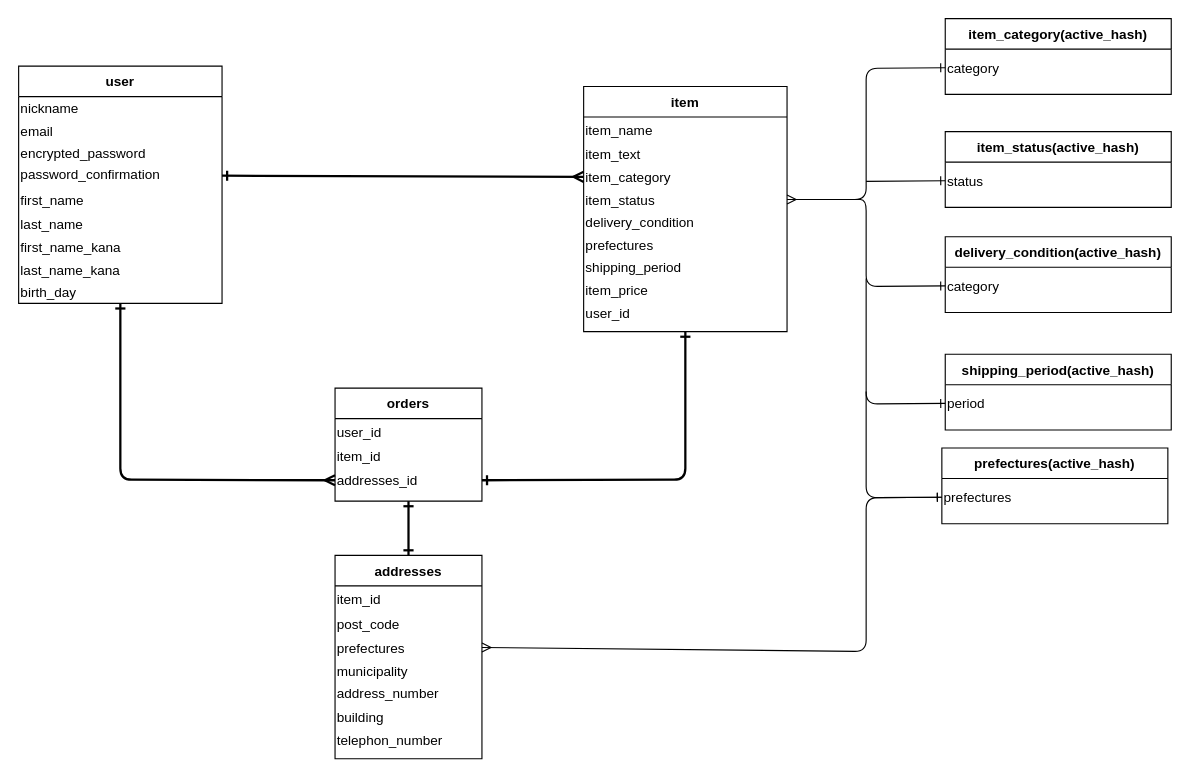
narukami-nk/furima-10793 keeps this draw.io diagram as ER.dio. Above is the earlier version. Source tidied: cells renumbered, new cells numbered last; positions are measured from the earlier drawing's top-left corner, leaving out a move shared by most shapes. Both pictures are drawn from the tidied source at 113%, with x=0, y=0 at pixel (18, 18).
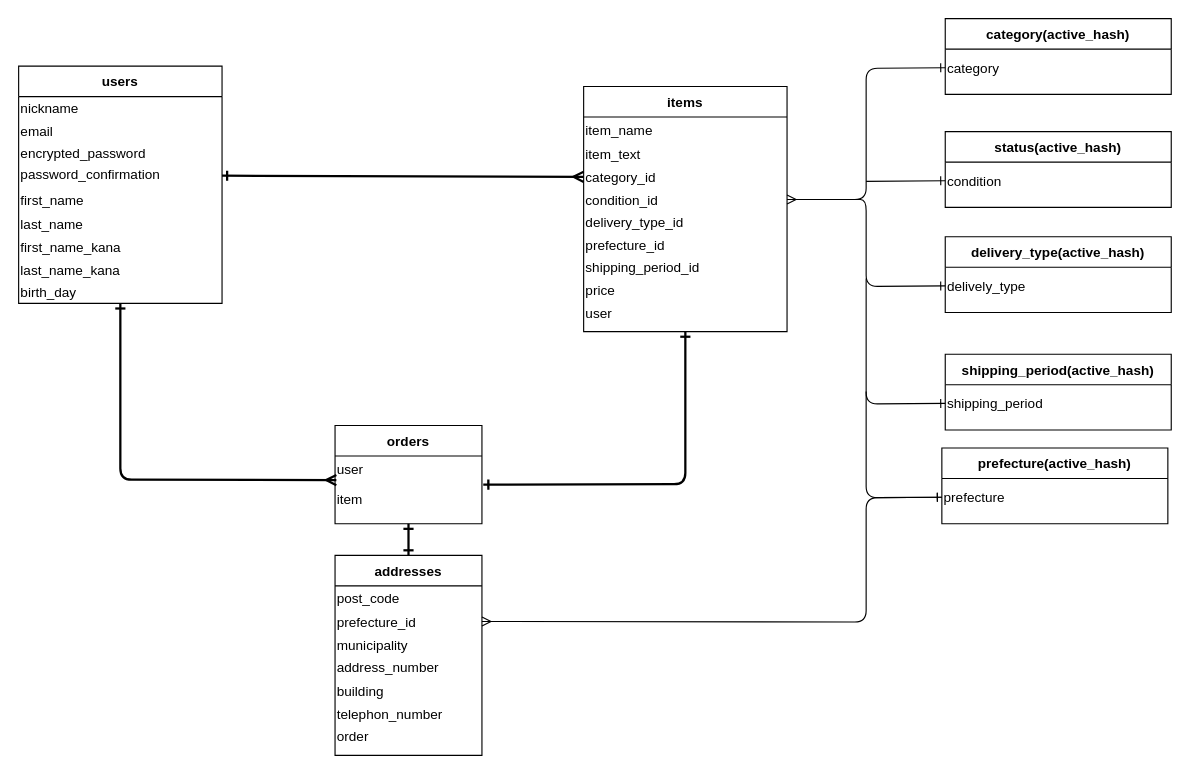
Above is the later version.

Unchanged cells that the change refers to:
```xml
<mxCell id="28" style="shape=partialRectangle;fillColor=none;top=0;left=0;bottom=0;right=0;points=[[0,0.5],[1,0.5]];portConstraint=eastwest;" parent="23" vertex="1">
  <mxGeometry y="70" width="180" height="20" as="geometry" />
</mxCell>
<mxCell id="30" style="shape=partialRectangle;fillColor=none;top=0;left=0;bottom=0;right=0;points=[[0,0.5],[1,0.5]];portConstraint=eastwest;" parent="23" vertex="1">
  <mxGeometry y="90" width="180" height="20" as="geometry" />
</mxCell>
<mxCell id="32" style="shape=partialRectangle;fillColor=none;top=0;left=0;bottom=0;right=0;" parent="23" vertex="1">
  <mxGeometry y="110" width="180" height="20" as="geometry" />
</mxCell>
<mxCell id="34" style="shape=partialRectangle;fillColor=none;top=0;left=0;bottom=0;right=0;" parent="23" vertex="1">
  <mxGeometry y="130" width="180" height="20" as="geometry" />
</mxCell>
<mxCell id="36" style="shape=partialRectangle;fillColor=none;top=0;left=0;bottom=0;right=0;" parent="23" vertex="1">
  <mxGeometry y="150" width="180" height="20" as="geometry" />
</mxCell>
<mxCell id="38" style="shape=partialRectangle;fillColor=none;top=0;left=0;bottom=0;right=0;" parent="23" vertex="1">
  <mxGeometry y="170" width="180" height="20" as="geometry" />
</mxCell>
<mxCell id="40" style="shape=partialRectangle;fillColor=none;top=0;left=0;bottom=0;right=0;" parent="23" vertex="1">
  <mxGeometry y="190" width="180" height="20" as="geometry" />
</mxCell>
<mxCell id="44" style="shape=partialRectangle;fillColor=none;top=0;left=0;bottom=0;right=0;points=[[0,0.5],[1,0.5]];portConstraint=eastwest;" parent="43" vertex="1">
  <mxGeometry y="27" width="130" height="23" as="geometry" />
</mxCell>
<mxCell id="70" style="shape=partialRectangle;fillColor=none;top=0;left=0;bottom=0;right=0;points=[[0,0.5],[1,0.5]];portConstraint=eastwest;" parent="69" vertex="1">
  <mxGeometry y="27" width="200" height="33" as="geometry" />
</mxCell>
<mxCell id="73" style="shape=partialRectangle;fillColor=none;top=0;left=0;bottom=0;right=0;points=[[0,0.5],[1,0.5]];portConstraint=eastwest;" parent="72" vertex="1">
  <mxGeometry y="27" width="200" height="33" as="geometry" />
</mxCell>
<mxCell id="76" style="shape=partialRectangle;fillColor=none;top=0;left=0;bottom=0;right=0;points=[[0,0.5],[1,0.5]];portConstraint=eastwest;" parent="75" vertex="1">
  <mxGeometry y="27" width="200" height="33" as="geometry" />
</mxCell>
<mxCell id="79" style="shape=partialRectangle;fillColor=none;top=0;left=0;bottom=0;right=0;points=[[0,0.5],[1,0.5]];portConstraint=eastwest;" parent="78" vertex="1">
  <mxGeometry y="27" width="200" height="33" as="geometry" />
</mxCell>
```

Diff of the diagram source:
```diff
@@
-    <mxCell id="2" style="edgeStyle=none;html=1;exitX=0.5;exitY=1;exitDx=0;exitDy=0;startArrow=ERone;startFill=0;endArrow=ERmany;endFill=0;strokeWidth=2;entryX=0;entryY=0.5;entryDx=0;entryDy=0;" parent="1" edge="1" source="3" target="48">
+    <mxCell id="2" style="edgeStyle=none;html=1;exitX=0.5;exitY=1;exitDx=0;exitDy=0;startArrow=ERone;startFill=0;endArrow=ERmany;endFill=0;strokeWidth=2;entryX=0.009;entryY=0.931;entryDx=0;entryDy=0;entryPerimeter=0;" parent="1" edge="1" source="3" target="44">
       <mxGeometry relative="1" as="geometry">
         <Array as="points">
           <mxPoint x="90" y="408" />
         </Array>
       </mxGeometry>
     </mxCell>
-    <mxCell id="3" value="user" style="shape=table;startSize=27;childLayout=tableLayout;rowLines=0;fontStyle=1;align=center;rounded=0;" parent="1" vertex="1">
+    <mxCell id="3" value="users" style="shape=table;startSize=27;childLayout=tableLayout;rowLines=0;fontStyle=1;align=center;rounded=0;" parent="1" vertex="1">
       <mxGeometry y="42" width="180" height="210" as="geometry" />
     </mxCell>
@@
-    <mxCell id="22" style="edgeStyle=none;html=1;exitX=0.5;exitY=1;exitDx=0;exitDy=0;fontSize=8;startArrow=ERone;startFill=0;endArrow=ERone;endFill=0;strokeWidth=2;entryX=1;entryY=0.5;entryDx=0;entryDy=0;" parent="1" edge="1" source="23" target="48">
+    <mxCell id="22" style="edgeStyle=none;html=1;exitX=0.5;exitY=1;exitDx=0;exitDy=0;fontSize=8;startArrow=ERone;startFill=0;endArrow=ERone;endFill=0;strokeWidth=2;entryX=1.009;entryY=0.081;entryDx=0;entryDy=0;entryPerimeter=0;" parent="1" edge="1" source="23" target="46">
       <mxGeometry relative="1" as="geometry">
         <Array as="points">
-          <mxPoint x="590" y="408" />
+          <mxPoint x="590" y="412" />
         </Array>
       </mxGeometry>
     </mxCell>
-    <mxCell id="23" value="item" style="shape=table;startSize=27;childLayout=tableLayout;rowLines=0;fontStyle=1;align=center;rounded=0;" parent="1" vertex="1">
+    <mxCell id="23" value="items" style="shape=table;startSize=27;childLayout=tableLayout;rowLines=0;fontStyle=1;align=center;rounded=0;" parent="1" vertex="1">
       <mxGeometry x="500" y="60" width="180" height="217" as="geometry" />
     </mxCell>
@@
-    <mxCell id="29" value="item_category" style="shape=partialRectangle;fillColor=none;top=0;left=0;bottom=0;right=0;overflow=hidden;align=left;" parent="28" vertex="1">
+    <mxCell id="29" value="category_id" style="shape=partialRectangle;fillColor=none;top=0;left=0;bottom=0;right=0;overflow=hidden;align=left;" parent="28" vertex="1">
       <mxGeometry width="180" height="20" as="geometry" />
     </mxCell>
@@
-    <mxCell id="31" value="item_status" style="shape=partialRectangle;fillColor=none;top=0;left=0;bottom=0;right=0;overflow=hidden;align=left;" parent="30" vertex="1">
+    <mxCell id="31" value="condition_id" style="shape=partialRectangle;fillColor=none;top=0;left=0;bottom=0;right=0;overflow=hidden;align=left;" parent="30" vertex="1">
       <mxGeometry width="180" height="20" as="geometry" />
     </mxCell>
@@
-    <mxCell id="33" value="delivery_condition" style="shape=partialRectangle;fillColor=none;top=0;left=0;bottom=0;right=0;overflow=hidden;align=left;" parent="32" vertex="1">
+    <mxCell id="33" value="delivery_type_id" style="shape=partialRectangle;fillColor=none;top=0;left=0;bottom=0;right=0;overflow=hidden;align=left;" parent="32" vertex="1">
       <mxGeometry width="180" height="20" as="geometry" />
     </mxCell>
@@
-    <mxCell id="35" value="prefectures" style="shape=partialRectangle;fillColor=none;top=0;left=0;bottom=0;right=0;overflow=hidden;align=left;" parent="34" vertex="1">
+    <mxCell id="35" value="prefecture_id" style="shape=partialRectangle;fillColor=none;top=0;left=0;bottom=0;right=0;overflow=hidden;align=left;" parent="34" vertex="1">
       <mxGeometry width="180" height="20" as="geometry" />
     </mxCell>
@@
-    <mxCell id="37" value="shipping_period" style="shape=partialRectangle;fillColor=none;top=0;left=0;bottom=0;right=0;overflow=hidden;align=left;" parent="36" vertex="1">
+    <mxCell id="37" value="shipping_period_id" style="shape=partialRectangle;fillColor=none;top=0;left=0;bottom=0;right=0;overflow=hidden;align=left;" parent="36" vertex="1">
       <mxGeometry width="180" height="20" as="geometry" />
     </mxCell>
@@
-    <mxCell id="39" value="item_price" style="shape=partialRectangle;fillColor=none;top=0;left=0;bottom=0;right=0;overflow=hidden;align=left;" parent="38" vertex="1">
+    <mxCell id="39" value="price" style="shape=partialRectangle;fillColor=none;top=0;left=0;bottom=0;right=0;overflow=hidden;align=left;" parent="38" vertex="1">
       <mxGeometry width="180" height="20" as="geometry" />
     </mxCell>
@@
-    <mxCell id="41" value="user_id" style="shape=partialRectangle;fillColor=none;top=0;left=0;bottom=0;right=0;overflow=hidden;align=left;" parent="40" vertex="1">
+    <mxCell id="41" value="user" style="shape=partialRectangle;fillColor=none;top=0;left=0;bottom=0;right=0;overflow=hidden;align=left;" parent="40" vertex="1">
       <mxGeometry width="180" height="20" as="geometry" />
     </mxCell>
@@
     <mxCell id="43" value="orders" style="shape=table;startSize=27;childLayout=tableLayout;rowLines=0;fontStyle=1;align=center;rounded=0;" parent="1" vertex="1">
-      <mxGeometry x="280" y="327" width="130" height="100" as="geometry" />
+      <mxGeometry x="280" y="360" width="130" height="87" as="geometry" />
     </mxCell>
@@
-    <mxCell id="45" value="user_id" style="shape=partialRectangle;fillColor=none;top=0;left=0;bottom=0;right=0;overflow=hidden;align=left;" parent="44" vertex="1">
+    <mxCell id="45" value="user" style="shape=partialRectangle;fillColor=none;top=0;left=0;bottom=0;right=0;overflow=hidden;align=left;" parent="44" vertex="1">
       <mxGeometry width="130" height="23" as="geometry" />
     </mxCell>
     <mxCell id="46" style="shape=partialRectangle;fillColor=none;top=0;left=0;bottom=0;right=0;points=[[0,0.5],[1,0.5]];portConstraint=eastwest;" parent="43" vertex="1">
-      <mxGeometry y="50" width="130" height="20" as="geometry" />
+      <mxGeometry y="50" width="130" height="30" as="geometry" />
     </mxCell>
-    <mxCell id="47" value="item_id" style="shape=partialRectangle;fillColor=none;top=0;left=0;bottom=0;right=0;overflow=hidden;align=left;" parent="46" vertex="1">
-      <mxGeometry width="130" height="20" as="geometry" />
+    <mxCell id="47" value="item" style="shape=partialRectangle;fillColor=none;top=0;left=0;bottom=0;right=0;overflow=hidden;align=left;" parent="46" vertex="1">
+      <mxGeometry width="130" height="30" as="geometry" />
     </mxCell>
-    <mxCell id="48" style="shape=partialRectangle;fillColor=none;top=0;left=0;bottom=0;right=0;points=[[0,0.5],[1,0.5]];portConstraint=eastwest;" parent="43" vertex="1">
-      <mxGeometry y="70" width="130" height="23" as="geometry" />
-    </mxCell>
-    <mxCell id="49" value="addresses_id" style="shape=partialRectangle;fillColor=none;top=0;left=0;bottom=0;right=0;overflow=hidden;align=left;" parent="48" vertex="1">
-      <mxGeometry width="130" height="23" as="geometry" />
-    </mxCell>
     <mxCell id="50" value="addresses" style="shape=table;startSize=27;childLayout=tableLayout;rowLines=0;fontStyle=1;align=center;rounded=0;" parent="1" vertex="1">
-      <mxGeometry x="280" y="475" width="130" height="180" as="geometry" />
+      <mxGeometry x="280" y="475" width="130" height="177" as="geometry" />
     </mxCell>
-    <mxCell id="51" style="shape=partialRectangle;fillColor=none;top=0;left=0;bottom=0;right=0;" parent="50" vertex="1">
-      <mxGeometry y="27" width="130" height="23" as="geometry" />
-    </mxCell>
-    <mxCell id="52" value="item_id" style="shape=partialRectangle;fillColor=none;top=0;left=0;bottom=0;right=0;overflow=hidden;align=left;" parent="51" vertex="1">
-      <mxGeometry width="130" height="23" as="geometry" />
-    </mxCell>
     <mxCell id="53" style="shape=partialRectangle;fillColor=none;top=0;left=0;bottom=0;right=0;" parent="50" vertex="1">
-      <mxGeometry y="50" width="130" height="21" as="geometry" />
+      <mxGeometry y="27" width="130" height="21" as="geometry" />
     </mxCell>
@@
     <mxCell id="55" style="shape=partialRectangle;fillColor=none;top=0;left=0;bottom=0;right=0;points=[[0,0.5],[1,0.5]];portConstraint=eastwest;" parent="50" vertex="1">
-      <mxGeometry y="71" width="130" height="21" as="geometry" />
+      <mxGeometry y="48" width="130" height="21" as="geometry" />
     </mxCell>
-    <mxCell id="56" value="prefectures" style="shape=partialRectangle;fillColor=none;top=0;left=0;bottom=0;right=0;overflow=hidden;align=left;" parent="55" vertex="1">
+    <mxCell id="56" value="prefecture_id" style="shape=partialRectangle;fillColor=none;top=0;left=0;bottom=0;right=0;overflow=hidden;align=left;" parent="55" vertex="1">
       <mxGeometry width="130" height="21" as="geometry" />
     </mxCell>
     <mxCell id="57" style="shape=partialRectangle;fillColor=none;top=0;left=0;bottom=0;right=0;" parent="50" vertex="1">
-      <mxGeometry y="92" width="130" height="20" as="geometry" />
+      <mxGeometry y="69" width="130" height="20" as="geometry" />
     </mxCell>
@@
     <mxCell id="59" style="shape=partialRectangle;fillColor=none;top=0;left=0;bottom=0;right=0;" parent="50" vertex="1">
-      <mxGeometry y="112" width="130" height="20" as="geometry" />
+      <mxGeometry y="89" width="130" height="20" as="geometry" />
     </mxCell>
@@
     <mxCell id="61" style="shape=partialRectangle;fillColor=none;top=0;left=0;bottom=0;right=0;" parent="50" vertex="1">
-      <mxGeometry y="132" width="130" height="21" as="geometry" />
+      <mxGeometry y="109" width="130" height="21" as="geometry" />
     </mxCell>
@@
     <mxCell id="63" style="shape=partialRectangle;fillColor=none;top=0;left=0;bottom=0;right=0;" parent="50" vertex="1">
-      <mxGeometry y="153" width="130" height="20" as="geometry" />
+      <mxGeometry y="130" width="130" height="20" as="geometry" />
     </mxCell>
@@
+    <mxCell id="87" style="shape=partialRectangle;fillColor=none;top=0;left=0;bottom=0;right=0;" parent="50" vertex="1">
+      <mxGeometry y="150" width="130" height="20" as="geometry" />
+    </mxCell>
+    <mxCell id="88" value="order" style="shape=partialRectangle;fillColor=none;top=0;left=0;bottom=0;right=0;overflow=hidden;align=left;" parent="87" vertex="1">
+      <mxGeometry width="130" height="20" as="geometry" />
+    </mxCell>
@@
-    <mxCell id="66" value="item_category(active_hash)" style="shape=table;startSize=27;childLayout=tableLayout;rowLines=0;fontStyle=1;align=center;rounded=0;" parent="1" vertex="1">
+    <mxCell id="66" value="category(active_hash)" style="shape=table;startSize=27;childLayout=tableLayout;rowLines=0;fontStyle=1;align=center;rounded=0;" parent="1" vertex="1">
       <mxGeometry x="820" width="200" height="67" as="geometry" />
     </mxCell>
@@
-    <mxCell id="69" value="item_status(active_hash)" style="shape=table;startSize=27;childLayout=tableLayout;rowLines=0;fontStyle=1;align=center;rounded=0;" parent="1" vertex="1">
+    <mxCell id="69" value="status(active_hash)" style="shape=table;startSize=27;childLayout=tableLayout;rowLines=0;fontStyle=1;align=center;rounded=0;" parent="1" vertex="1">
       <mxGeometry x="820" y="100" width="200" height="67" as="geometry" />
     </mxCell>
@@
-    <mxCell id="71" value="status" style="shape=partialRectangle;fillColor=none;top=0;left=0;bottom=0;right=0;overflow=hidden;align=left;" parent="70" vertex="1">
+    <mxCell id="71" value="condition" style="shape=partialRectangle;fillColor=none;top=0;left=0;bottom=0;right=0;overflow=hidden;align=left;" parent="70" vertex="1">
       <mxGeometry width="200" height="33" as="geometry" />
     </mxCell>
-    <mxCell id="72" value="delivery_condition(active_hash)" style="shape=table;startSize=27;childLayout=tableLayout;rowLines=0;fontStyle=1;align=center;rounded=0;" parent="1" vertex="1">
+    <mxCell id="72" value="delivery_type(active_hash)" style="shape=table;startSize=27;childLayout=tableLayout;rowLines=0;fontStyle=1;align=center;rounded=0;" parent="1" vertex="1">
       <mxGeometry x="820" y="193" width="200" height="67" as="geometry" />
     </mxCell>
@@
-    <mxCell id="74" value="category" style="shape=partialRectangle;fillColor=none;top=0;left=0;bottom=0;right=0;overflow=hidden;align=left;" parent="73" vertex="1">
+    <mxCell id="74" value="delively_type" style="shape=partialRectangle;fillColor=none;top=0;left=0;bottom=0;right=0;overflow=hidden;align=left;" parent="73" vertex="1">
       <mxGeometry width="200" height="33" as="geometry" />
     </mxCell>
@@
-    <mxCell id="77" value="period" style="shape=partialRectangle;fillColor=none;top=0;left=0;bottom=0;right=0;overflow=hidden;align=left;" parent="76" vertex="1">
+    <mxCell id="77" value="shipping_period" style="shape=partialRectangle;fillColor=none;top=0;left=0;bottom=0;right=0;overflow=hidden;align=left;" parent="76" vertex="1">
       <mxGeometry width="200" height="33" as="geometry" />
     </mxCell>
-    <mxCell id="78" value="prefectures(active_hash)" style="shape=table;startSize=27;childLayout=tableLayout;rowLines=0;fontStyle=1;align=center;rounded=0;" parent="1" vertex="1">
+    <mxCell id="78" value="prefecture(active_hash)" style="shape=table;startSize=27;childLayout=tableLayout;rowLines=0;fontStyle=1;align=center;rounded=0;" parent="1" vertex="1">
       <mxGeometry x="817" y="380" width="200" height="67" as="geometry" />
     </mxCell>
@@
-    <mxCell id="80" value="prefectures" style="shape=partialRectangle;fillColor=none;top=0;left=0;bottom=0;right=0;overflow=hidden;align=left;" parent="79" vertex="1">
+    <mxCell id="80" value="prefecture" style="shape=partialRectangle;fillColor=none;top=0;left=0;bottom=0;right=0;overflow=hidden;align=left;" parent="79" vertex="1">
       <mxGeometry width="200" height="33" as="geometry" />
     </mxCell>
@@
     <mxCell id="86" style="edgeStyle=none;html=1;exitX=0;exitY=0.5;exitDx=0;exitDy=0;startArrow=ERone;startFill=0;endArrow=ERmany;endFill=0;entryX=1;entryY=0.5;entryDx=0;entryDy=0;" parent="1" edge="1" source="79" target="55">
       <mxGeometry relative="1" as="geometry">
         <Array as="points">
           <mxPoint x="750" y="424" />
-          <mxPoint x="750" y="560" />
+          <mxPoint x="750" y="534" />
         </Array>
       </mxGeometry>
     </mxCell>
```
